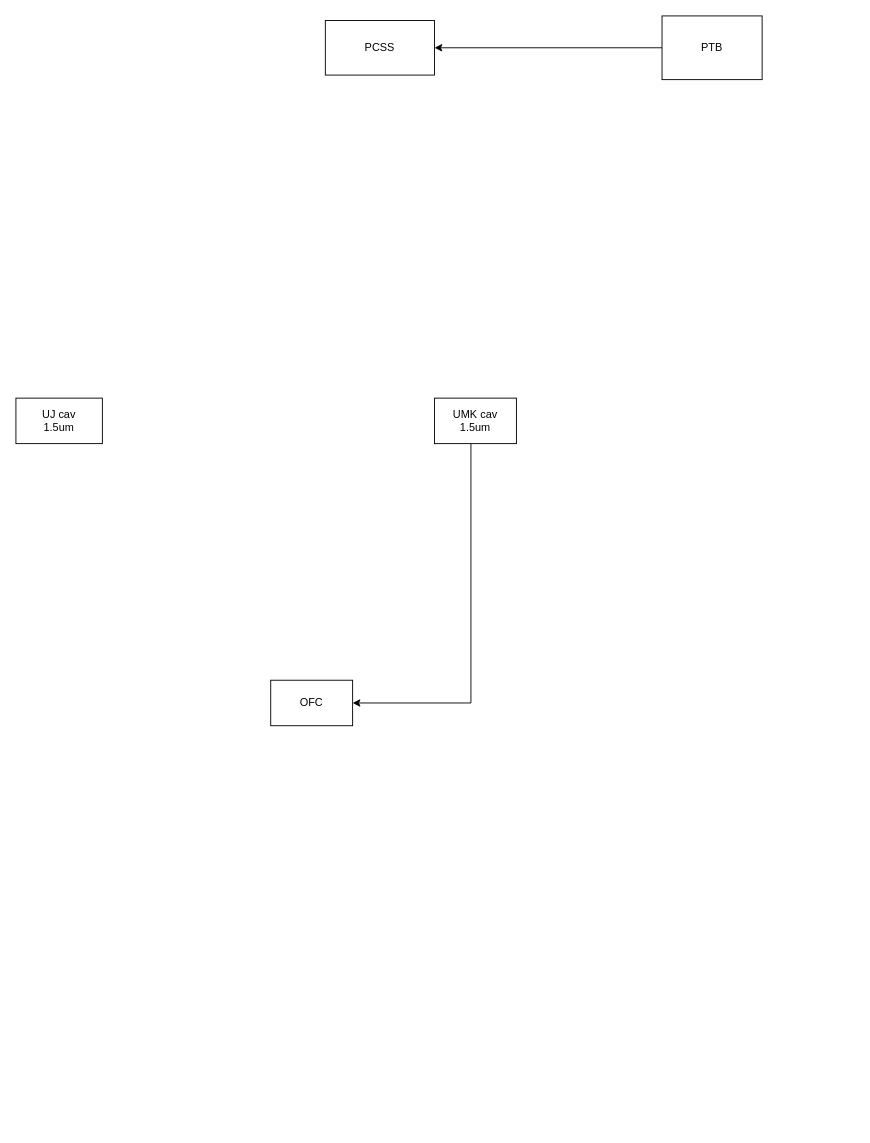
Earlier version of the draw.io diagram setup-link.drawio (KLFAMO/PTB-PSCC-UMK-link). Source tidied: cells renumbered, new cells numbered last; positions are measured from the earlier drawing's top-left corner, leaving out a move shared by most shapes. Both pictures are drawn from the tidied source at 91%, with x=0, y=0 at pixel (15, 15).
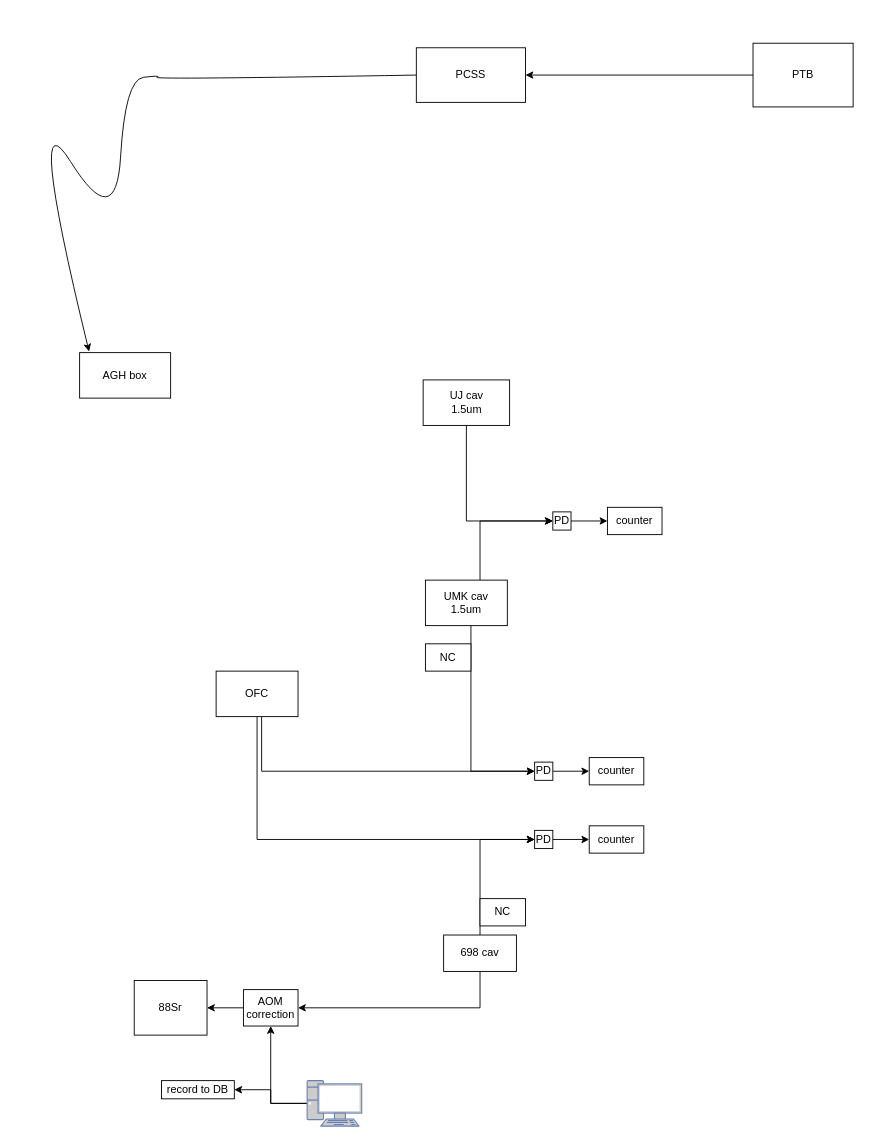
Above is the later version.

The edit, as a diff of the source:
```diff
@@
     <mxCell id="3" value="PTB" style="rounded=0;whiteSpace=wrap;html=1;" parent="1" vertex="1">
-      <mxGeometry x="710" width="110" height="70" as="geometry" />
+      <mxGeometry x="810" y="30" width="110" height="70" as="geometry" />
     </mxCell>
+    <mxCell id="9" style="edgeStyle=orthogonalEdgeStyle;rounded=0;jettySize=auto;html=1;entryX=0;entryY=0.5;entryDx=0;entryDy=0;" parent="1" edge="1" source="4" target="18">
+      <mxGeometry relative="1" as="geometry">
+        <Array as="points">
+          <mxPoint x="270" y="830" />
+        </Array>
+      </mxGeometry>
+    </mxCell>
+    <mxCell id="10" style="edgeStyle=orthogonalEdgeStyle;rounded=0;jettySize=auto;html=1;entryX=0;entryY=0.5;entryDx=0;entryDy=0;" parent="1" edge="1" source="4" target="25">
+      <mxGeometry relative="1" as="geometry">
+        <Array as="points">
+          <mxPoint x="265" y="905" />
+        </Array>
+      </mxGeometry>
+    </mxCell>
     <mxCell id="4" value="OFC" style="rounded=0;whiteSpace=wrap;html=1;" parent="1" vertex="1">
-      <mxGeometry x="280" y="730" width="90" height="50" as="geometry" />
+      <mxGeometry x="220" y="720" width="90" height="50" as="geometry" />
     </mxCell>
+    <mxCell id="11" style="edgeStyle=orthogonalEdgeStyle;rounded=0;jettySize=auto;html=1;entryX=0;entryY=0.5;entryDx=0;entryDy=0;" parent="1" edge="1" source="5" target="22">
+      <mxGeometry relative="1" as="geometry">
+        <Array as="points">
+          <mxPoint x="495" y="555" />
+        </Array>
+      </mxGeometry>
+    </mxCell>
     <mxCell id="5" value="&lt;div&gt;UJ cav&lt;/div&gt;&lt;div&gt;1.5um&lt;/div&gt;" style="rounded=0;whiteSpace=wrap;html=1;" parent="1" vertex="1">
-      <mxGeometry y="420" width="95" height="50" as="geometry" />
+      <mxGeometry x="447.5" y="400" width="95" height="50" as="geometry" />
     </mxCell>
-    <mxCell id="6" style="edgeStyle=orthogonalEdgeStyle;rounded=0;jettySize=auto;html=1;entryX=1;entryY=0.5;entryDx=0;entryDy=0;" parent="1" edge="1" source="7" target="4">
-      <mxGeometry relative="1" as="geometry">
-        <Array as="points">
-          <mxPoint x="500" y="755" />
-        </Array>
-      </mxGeometry>
-    </mxCell>
+    <mxCell id="12" style="edgeStyle=orthogonalEdgeStyle;rounded=0;jettySize=auto;html=1;entryX=0;entryY=0.5;entryDx=0;entryDy=0;" parent="1" edge="1" source="7" target="18">
+      <mxGeometry relative="1" as="geometry">
+        <Array as="points">
+          <mxPoint x="500" y="830" />
+        </Array>
+      </mxGeometry>
+    </mxCell>
+    <mxCell id="13" style="edgeStyle=orthogonalEdgeStyle;rounded=0;jettySize=auto;html=1;entryX=0;entryY=0.5;entryDx=0;entryDy=0;" parent="1" edge="1" source="7" target="22">
+      <mxGeometry relative="1" as="geometry">
+        <Array as="points">
+          <mxPoint x="510" y="555" />
+        </Array>
+      </mxGeometry>
+    </mxCell>
     <mxCell id="7" value="&lt;div&gt;UMK cav&lt;/div&gt;1.5um " style="rounded=0;whiteSpace=wrap;html=1;" parent="1" vertex="1">
-      <mxGeometry x="460" y="420" width="90" height="50" as="geometry" />
+      <mxGeometry x="450" y="620" width="90" height="50" as="geometry" />
     </mxCell>
     <mxCell id="8" value="PCSS" style="rounded=0;whiteSpace=wrap;html=1;" parent="1" vertex="1">
-      <mxGeometry x="340" y="5" width="120" height="60" as="geometry" />
+      <mxGeometry x="440" y="35" width="120" height="60" as="geometry" />
     </mxCell>
+    <mxCell id="14" style="edgeStyle=orthogonalEdgeStyle;rounded=0;jettySize=auto;html=1;entryX=0;entryY=0.5;entryDx=0;entryDy=0;" parent="1" edge="1" source="16" target="25">
+      <mxGeometry relative="1" as="geometry">
+        <Array as="points">
+          <mxPoint x="510" y="905" />
+        </Array>
+      </mxGeometry>
+    </mxCell>
+    <mxCell id="15" style="edgeStyle=orthogonalEdgeStyle;rounded=0;jettySize=auto;html=1;entryX=1;entryY=0.5;entryDx=0;entryDy=0;" parent="1" edge="1" source="16" target="32">
+      <mxGeometry relative="1" as="geometry">
+        <Array as="points">
+          <mxPoint x="510" y="1090" />
+        </Array>
+      </mxGeometry>
+    </mxCell>
+    <mxCell id="16" value="&lt;div&gt;698 cav&lt;/div&gt;" style="rounded=0;whiteSpace=wrap;html=1;" parent="1" vertex="1">
+      <mxGeometry x="470" y="1010" width="80" height="40" as="geometry" />
+    </mxCell>
+    <mxCell id="17" style="edgeStyle=orthogonalEdgeStyle;rounded=0;jettySize=auto;html=1;entryX=0;entryY=0.5;entryDx=0;entryDy=0;" parent="1" edge="1" source="18" target="19">
+      <mxGeometry relative="1" as="geometry" />
+    </mxCell>
+    <mxCell id="18" value="PD" style="rounded=0;whiteSpace=wrap;html=1;" parent="1" vertex="1">
+      <mxGeometry x="570" y="820" width="20" height="20" as="geometry" />
+    </mxCell>
+    <mxCell id="19" value="counter" style="rounded=0;whiteSpace=wrap;html=1;" parent="1" vertex="1">
+      <mxGeometry x="630" y="815" width="60" height="30" as="geometry" />
+    </mxCell>
+    <mxCell id="20" value="NC" style="rounded=0;whiteSpace=wrap;html=1;" parent="1" vertex="1">
+      <mxGeometry x="450" y="690" width="50" height="30" as="geometry" />
+    </mxCell>
+    <mxCell id="21" style="edgeStyle=orthogonalEdgeStyle;rounded=0;jettySize=auto;html=1;entryX=0;entryY=0.5;entryDx=0;entryDy=0;" parent="1" edge="1" source="22" target="23">
+      <mxGeometry relative="1" as="geometry" />
+    </mxCell>
+    <mxCell id="22" value="PD" style="rounded=0;whiteSpace=wrap;html=1;" parent="1" vertex="1">
+      <mxGeometry x="590" y="545" width="20" height="20" as="geometry" />
+    </mxCell>
+    <mxCell id="23" value="counter" style="rounded=0;whiteSpace=wrap;html=1;" parent="1" vertex="1">
+      <mxGeometry x="650" y="540" width="60" height="30" as="geometry" />
+    </mxCell>
+    <mxCell id="24" style="edgeStyle=orthogonalEdgeStyle;rounded=0;jettySize=auto;html=1;entryX=0;entryY=0.5;entryDx=0;entryDy=0;" parent="1" edge="1" source="25" target="26">
+      <mxGeometry relative="1" as="geometry" />
+    </mxCell>
+    <mxCell id="25" value="PD" style="rounded=0;whiteSpace=wrap;html=1;" parent="1" vertex="1">
+      <mxGeometry x="570" y="895" width="20" height="20" as="geometry" />
+    </mxCell>
+    <mxCell id="26" value="counter" style="rounded=0;whiteSpace=wrap;html=1;" parent="1" vertex="1">
+      <mxGeometry x="630" y="890" width="60" height="30" as="geometry" />
+    </mxCell>
+    <mxCell id="27" value="NC" style="rounded=0;whiteSpace=wrap;html=1;" parent="1" vertex="1">
+      <mxGeometry x="510" y="970" width="50" height="30" as="geometry" />
+    </mxCell>
+    <mxCell id="28" style="curved=1;endArrow=classic;html=1;rounded=0;exitX=0;exitY=0.5;exitDx=0;exitDy=0;entryX=0.104;entryY=-0.024;entryDx=0;entryDy=0;entryPerimeter=0;" parent="1" edge="1" source="8" target="29">
+      <mxGeometry relative="1" as="geometry">
+        <Array as="points">
+          <mxPoint x="150" y="70" />
+          <mxPoint x="160" y="65" />
+          <mxPoint x="120" y="70" />
+          <mxPoint x="110" y="240" />
+          <mxPoint x="10" y="80" />
+        </Array>
+      </mxGeometry>
+    </mxCell>
+    <mxCell id="29" value="&lt;div&gt;AGH box&lt;/div&gt;" style="rounded=0;whiteSpace=wrap;html=1;" parent="1" vertex="1">
+      <mxGeometry x="70" y="370" width="100" height="50" as="geometry" />
+    </mxCell>
+    <mxCell id="30" value="88Sr" style="rounded=0;whiteSpace=wrap;html=1;" parent="1" vertex="1">
+      <mxGeometry x="130" y="1060" width="80" height="60" as="geometry" />
+    </mxCell>
+    <mxCell id="31" style="edgeStyle=orthogonalEdgeStyle;rounded=0;jettySize=auto;html=1;entryX=1;entryY=0.5;entryDx=0;entryDy=0;" parent="1" edge="1" source="32" target="30">
+      <mxGeometry relative="1" as="geometry" />
+    </mxCell>
+    <mxCell id="32" value="&lt;div&gt;AOM&lt;/div&gt;&lt;div&gt;correction&lt;/div&gt;" style="rounded=0;whiteSpace=wrap;html=1;" parent="1" vertex="1">
+      <mxGeometry x="250" y="1070" width="60" height="40" as="geometry" />
+    </mxCell>
+    <mxCell id="33" style="edgeStyle=orthogonalEdgeStyle;rounded=0;jettySize=auto;html=1;entryX=0.5;entryY=1;entryDx=0;entryDy=0;" parent="1" edge="1" source="35" target="32">
+      <mxGeometry relative="1" as="geometry" />
+    </mxCell>
+    <mxCell id="34" style="edgeStyle=orthogonalEdgeStyle;rounded=0;jettySize=auto;html=1;" parent="1" edge="1" source="35" target="36">
+      <mxGeometry relative="1" as="geometry" />
+    </mxCell>
+    <mxCell id="35" style="fontColor=#0066CC;verticalAlign=top;verticalLabelPosition=bottom;labelPosition=center;align=center;html=1;outlineConnect=0;fillColor=#CCCCCC;strokeColor=#6881B3;gradientColor=none;gradientDirection=north;strokeWidth=2;shape=mxgraph.networks.pc;" parent="1" vertex="1">
+      <mxGeometry x="320" y="1170" width="60" height="50" as="geometry" />
+    </mxCell>
+    <mxCell id="36" value="record to DB" style="rounded=0;whiteSpace=wrap;html=1;" parent="1" vertex="1">
+      <mxGeometry x="160" y="1170" width="80" height="20" as="geometry" />
+    </mxCell>
```
